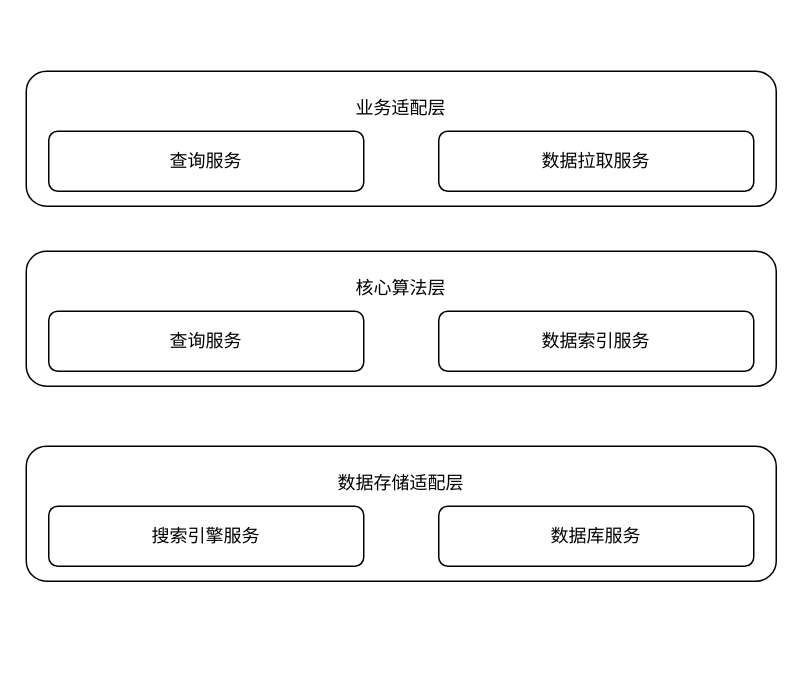
This is page "逻辑架构" (3 of 5) of 对码架构.drawio from XiaoLiuAI/diagrams, a draw.io file, before an edit. Source tidied: cells renumbered, new cells numbered last; positions are measured from the earlier drawing's top-left corner, leaving out a move shared by most shapes. Both pictures are drawn from the tidied source at 150%, with x=0, y=0 at pixel (26, 70).
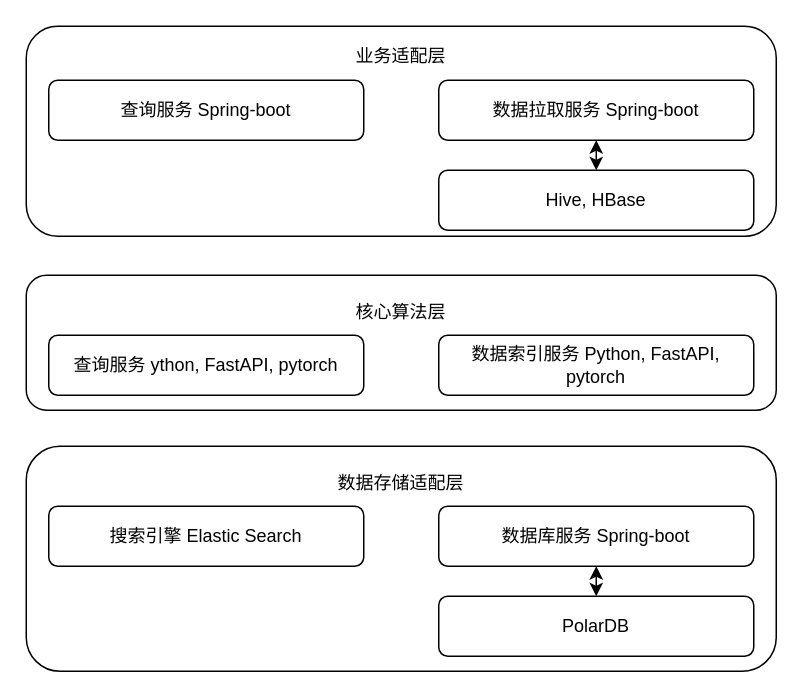
The same diagram, later.

What changed in the source:
```diff
@@
 <mxGraphModel>
   <root>
     <mxCell id="0" />
     <mxCell id="1" parent="0" />
     <mxCell id="2" style="rounded=1;whiteSpace=wrap;html=1;" parent="1" vertex="1">
-      <mxGeometry width="500" height="90" as="geometry" />
+      <mxGeometry y="-30" width="500" height="140" as="geometry" />
     </mxCell>
     <mxCell id="3" value="业务适配层" style="text;html=1;strokeColor=none;fillColor=none;align=center;verticalAlign=middle;whiteSpace=wrap;rounded=0;" parent="1" vertex="1">
-      <mxGeometry x="200" y="10" width="100" height="30" as="geometry" />
+      <mxGeometry x="200" y="-25" width="100" height="30" as="geometry" />
     </mxCell>
-    <mxCell id="4" value="查询服务" style="rounded=1;whiteSpace=wrap;html=1;" parent="1" vertex="1">
-      <mxGeometry x="15" y="40" width="210" height="40" as="geometry" />
+    <mxCell id="4" value="查询服务 Spring-boot" style="rounded=1;whiteSpace=wrap;html=1;" parent="1" vertex="1">
+      <mxGeometry x="15" y="6" width="210" height="40" as="geometry" />
     </mxCell>
-    <mxCell id="5" value="数据拉取服务" style="rounded=1;whiteSpace=wrap;html=1;" parent="1" vertex="1">
-      <mxGeometry x="275" y="40" width="210" height="40" as="geometry" />
+    <mxCell id="5" value="数据拉取服务 Spring-boot" style="rounded=1;whiteSpace=wrap;html=1;" parent="1" vertex="1">
+      <mxGeometry x="275" y="6" width="210" height="40" as="geometry" />
     </mxCell>
     <mxCell id="6" style="rounded=1;whiteSpace=wrap;html=1;" parent="1" vertex="1">
-      <mxGeometry y="120" width="500" height="90" as="geometry" />
+      <mxGeometry y="136" width="500" height="90" as="geometry" />
     </mxCell>
     <mxCell id="7" value="核心算法层" style="text;html=1;strokeColor=none;fillColor=none;align=center;verticalAlign=middle;whiteSpace=wrap;rounded=0;" parent="1" vertex="1">
-      <mxGeometry x="200" y="130" width="100" height="30" as="geometry" />
+      <mxGeometry x="200" y="146" width="100" height="30" as="geometry" />
     </mxCell>
-    <mxCell id="8" value="查询服务" style="rounded=1;whiteSpace=wrap;html=1;" parent="1" vertex="1">
-      <mxGeometry x="15" y="160" width="210" height="40" as="geometry" />
+    <mxCell id="8" value="查询服务 ython, FastAPI, pytorch" style="rounded=1;whiteSpace=wrap;html=1;" parent="1" vertex="1">
+      <mxGeometry x="15" y="176" width="210" height="40" as="geometry" />
     </mxCell>
-    <mxCell id="9" value="数据索引服务" style="rounded=1;whiteSpace=wrap;html=1;" parent="1" vertex="1">
-      <mxGeometry x="275" y="160" width="210" height="40" as="geometry" />
+    <mxCell id="9" value="数据索引服务 Python, FastAPI, pytorch" style="rounded=1;whiteSpace=wrap;html=1;" parent="1" vertex="1">
+      <mxGeometry x="275" y="176" width="210" height="40" as="geometry" />
     </mxCell>
     <mxCell id="10" style="rounded=1;whiteSpace=wrap;html=1;" parent="1" vertex="1">
-      <mxGeometry y="250" width="500" height="90" as="geometry" />
+      <mxGeometry y="250" width="500" height="150" as="geometry" />
     </mxCell>
     <mxCell id="11" value="数据存储适配层" style="text;html=1;strokeColor=none;fillColor=none;align=center;verticalAlign=middle;whiteSpace=wrap;rounded=0;" parent="1" vertex="1">
       <mxGeometry x="200" y="260" width="100" height="30" as="geometry" />
     </mxCell>
-    <mxCell id="12" value="搜索引擎服务" style="rounded=1;whiteSpace=wrap;html=1;" parent="1" vertex="1">
+    <mxCell id="12" value="搜索引擎 Elastic Search" style="rounded=1;whiteSpace=wrap;html=1;" parent="1" vertex="1">
       <mxGeometry x="15" y="290" width="210" height="40" as="geometry" />
     </mxCell>
-    <mxCell id="13" value="数据库服务" style="rounded=1;whiteSpace=wrap;html=1;" parent="1" vertex="1">
+    <mxCell id="13" value="数据库服务 Spring-boot" style="rounded=1;whiteSpace=wrap;html=1;" parent="1" vertex="1">
       <mxGeometry x="275" y="290" width="210" height="40" as="geometry" />
     </mxCell>
+    <mxCell id="14" value="PolarDB" style="rounded=1;whiteSpace=wrap;html=1;" parent="1" vertex="1">
+      <mxGeometry x="275" y="350" width="210" height="40" as="geometry" />
+    </mxCell>
+    <mxCell id="15" style="endArrow=classic;startArrow=classic;html=1;rounded=0;entryX=0.5;entryY=1;entryDx=0;entryDy=0;" parent="1" edge="1" source="14" target="13">
+      <mxGeometry relative="1" as="geometry" />
+    </mxCell>
+    <mxCell id="16" value="Hive, HBase" style="rounded=1;whiteSpace=wrap;html=1;" parent="1" vertex="1">
+      <mxGeometry x="275" y="66" width="210" height="40" as="geometry" />
+    </mxCell>
+    <mxCell id="17" style="endArrow=classic;startArrow=classic;html=1;rounded=0;entryX=0.5;entryY=1;entryDx=0;entryDy=0;exitX=0.5;exitY=0;exitDx=0;exitDy=0;" parent="1" edge="1" source="16" target="5">
+      <mxGeometry relative="1" as="geometry" />
+    </mxCell>
   </root>
 </mxGraphModel>
```
